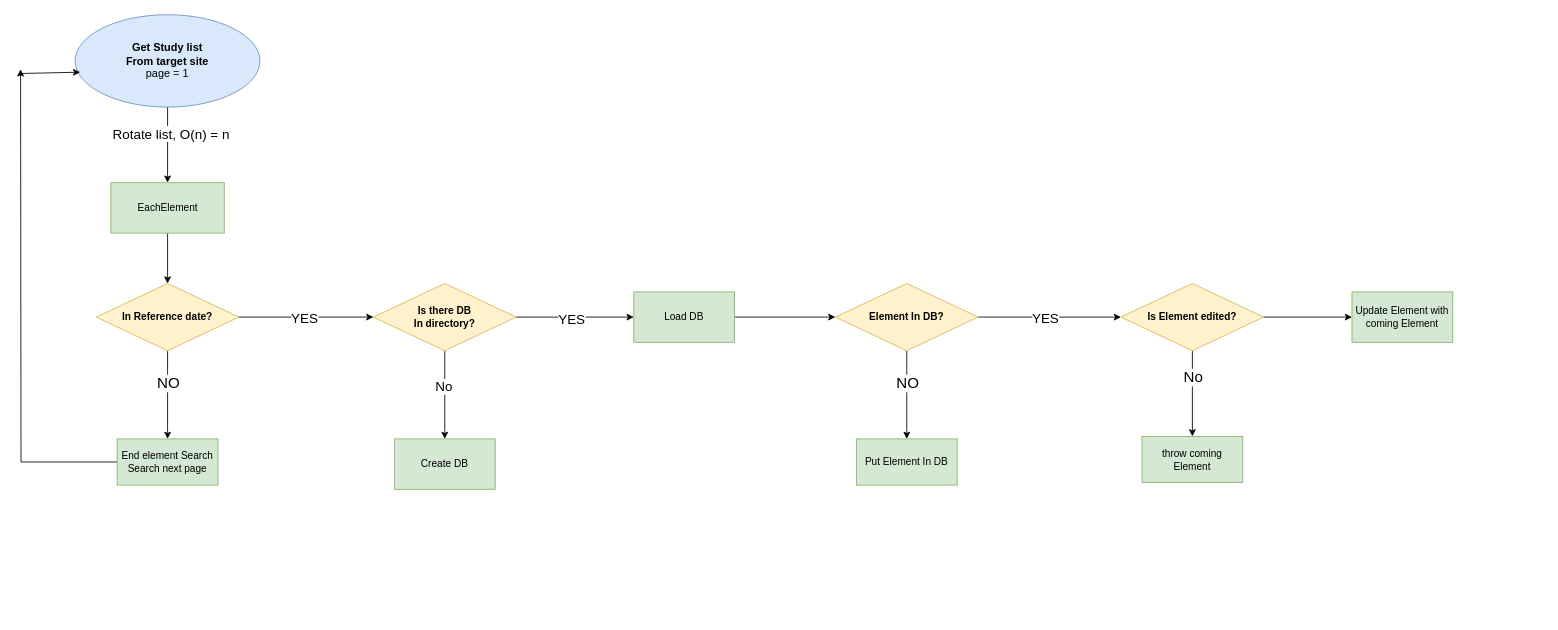
The draw.io diagram 제목 없는 다이어그램.drawio in palet404/SuddenAtattack_SideProject-Scraping-, before the edit. Source tidied: cells renumbered, new cells numbered last; positions are measured from the earlier drawing's top-left corner, leaving out a move shared by most shapes. Both pictures are drawn from the tidied source at 84%, with x=0, y=0 at pixel (20, 14).
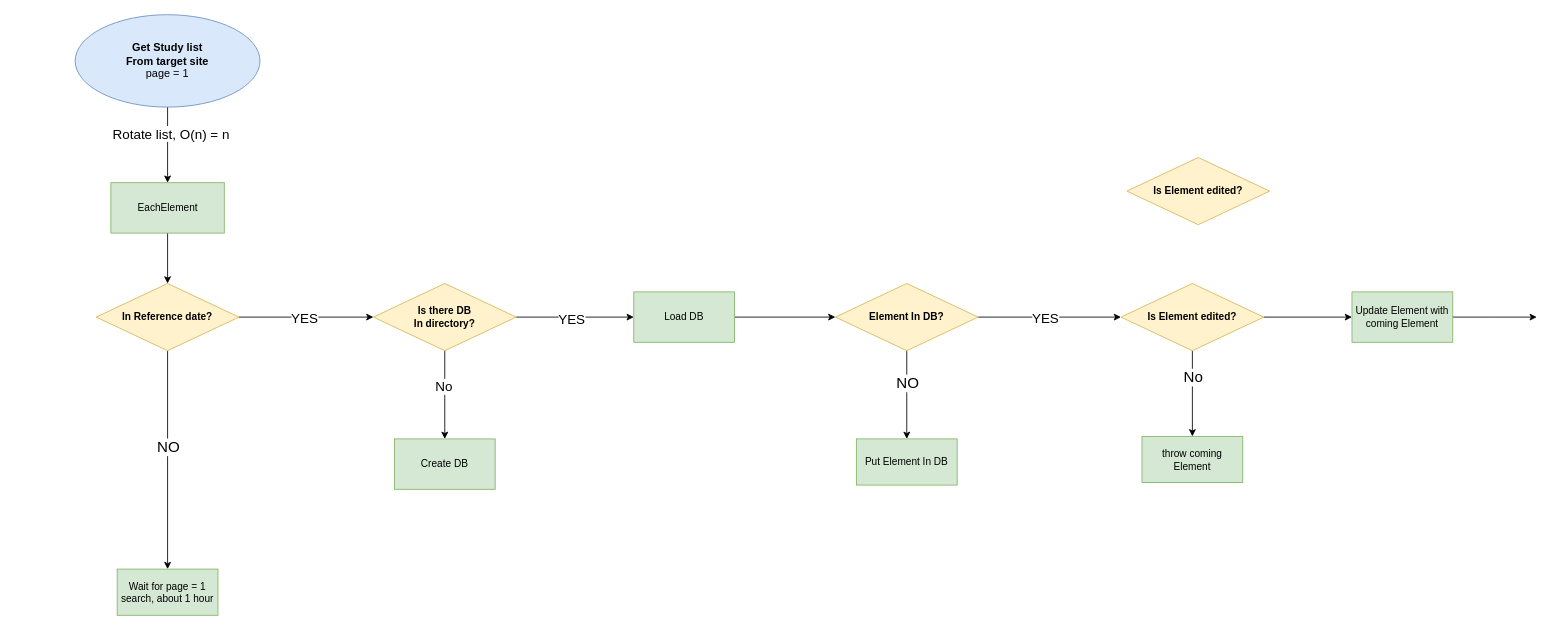
Above is the later version.

Commit message:
제목 없는 다이어그램.drawio 업데이트

The change refers to these unchanged cells:
```xml
<mxCell id="4" value="&lt;span style=&quot;font-size: 13px;&quot;&gt;&lt;b&gt;Get Study list&lt;/b&gt;&lt;/span&gt;&lt;div&gt;&lt;span style=&quot;font-size: 13px;&quot;&gt;&lt;b&gt;From target site&lt;br&gt;&lt;/b&gt;&lt;/span&gt;&lt;div&gt;&lt;span style=&quot;font-size: 13px; background-color: initial;&quot;&gt;page = 1&lt;/span&gt;&lt;/div&gt;&lt;/div&gt;" style="ellipse;whiteSpace=wrap;html=1;fillColor=#dae8fc;strokeColor=#6c8ebf;" parent="1" vertex="1">
  <mxGeometry x="65" width="220" height="110" as="geometry" />
</mxCell>
<mxCell id="34" value="Update Element with coming Element" style="whiteSpace=wrap;html=1;fillColor=#d5e8d4;strokeColor=#82b366;" parent="1" vertex="1">
  <mxGeometry x="1585" y="330" width="120" height="60" as="geometry" />
</mxCell>
```

The edit, as a diff of the source:
```diff
@@
-    <mxCell id="12" style="edgeStyle=orthogonalEdgeStyle;rounded=0;jettySize=auto;html=1;" parent="1" edge="1" source="13">
-      <mxGeometry relative="1" as="geometry">
-        <mxPoint y="65" as="targetPoint" />
-      </mxGeometry>
-    </mxCell>
-    <mxCell id="13" value="End element Search&lt;div&gt;Search next page&lt;/div&gt;" style="whiteSpace=wrap;html=1;fillColor=#d5e8d4;strokeColor=#82b366;" parent="1" vertex="1">
-      <mxGeometry x="115" y="505" width="120" height="55" as="geometry" />
+    <mxCell id="13" value="Wait for page = 1 search, about 1 hour" style="whiteSpace=wrap;html=1;fillColor=#d5e8d4;strokeColor=#82b366;" parent="1" vertex="1">
+      <mxGeometry x="115" y="660" width="120" height="55" as="geometry" />
     </mxCell>
@@
-    <mxCell id="28" style="endArrow=classic;html=1;rounded=0;entryX=0.027;entryY=0.622;entryDx=0;entryDy=0;entryPerimeter=0;" parent="1" edge="1" target="4">
-      <mxGeometry relative="1" as="geometry">
-        <mxPoint y="70" as="sourcePoint" />
-      </mxGeometry>
-    </mxCell>
@@
+    <mxCell id="35" style="edgeStyle=orthogonalEdgeStyle;rounded=0;jettySize=auto;html=1;" parent="1" edge="1" source="34">
+      <mxGeometry relative="1" as="geometry">
+        <mxPoint x="1805" y="360" as="targetPoint" />
+      </mxGeometry>
+    </mxCell>
@@
+    <mxCell id="36" value="&lt;b&gt;Is Element edited?&lt;/b&gt;" style="rhombus;whiteSpace=wrap;html=1;fillColor=#fff2cc;strokeColor=#d6b656;" parent="1" vertex="1">
+      <mxGeometry x="1317" y="170" width="170" height="80" as="geometry" />
+    </mxCell>
```
